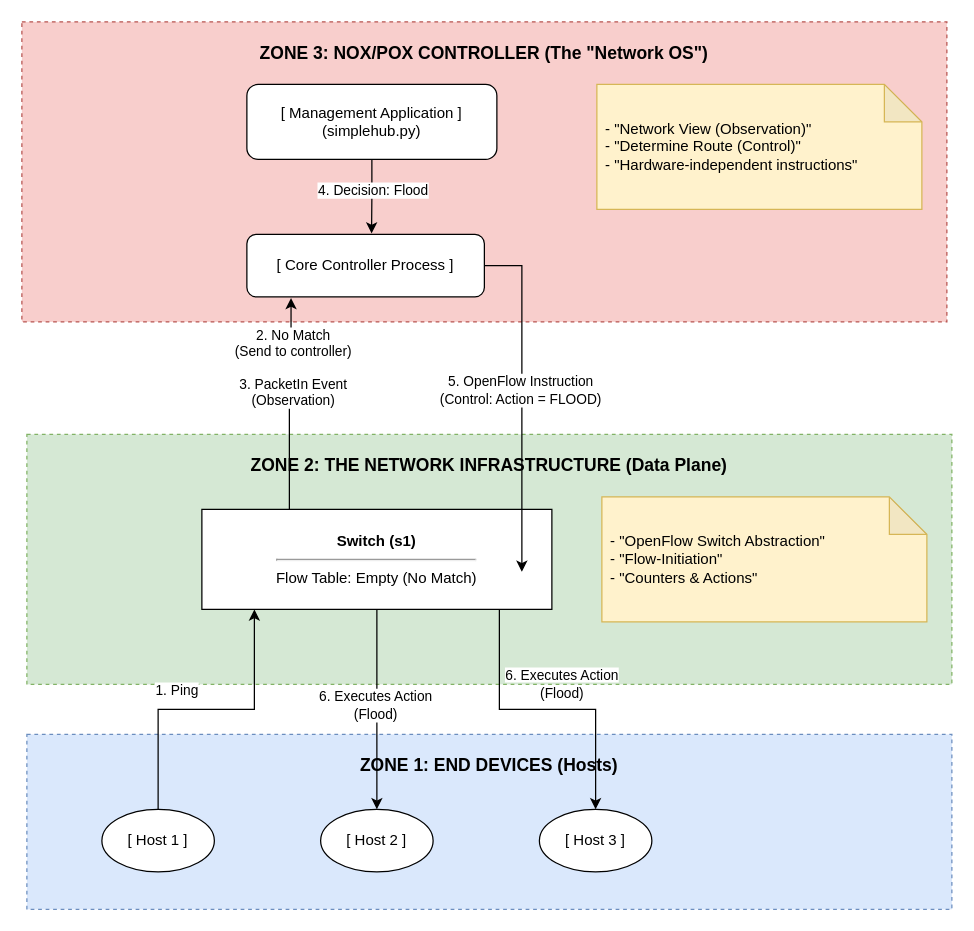
Above: diagrams/diagram3_example.drawio in ualaci/msc_mpca (draw.io), before the change. Source tidied: cells renumbered, new cells numbered last; positions are measured from the earlier drawing's top-left corner, leaving out a move shared by most shapes. Both pictures are drawn from the tidied source at 125%, with x=0, y=0 at pixel (21, 21).
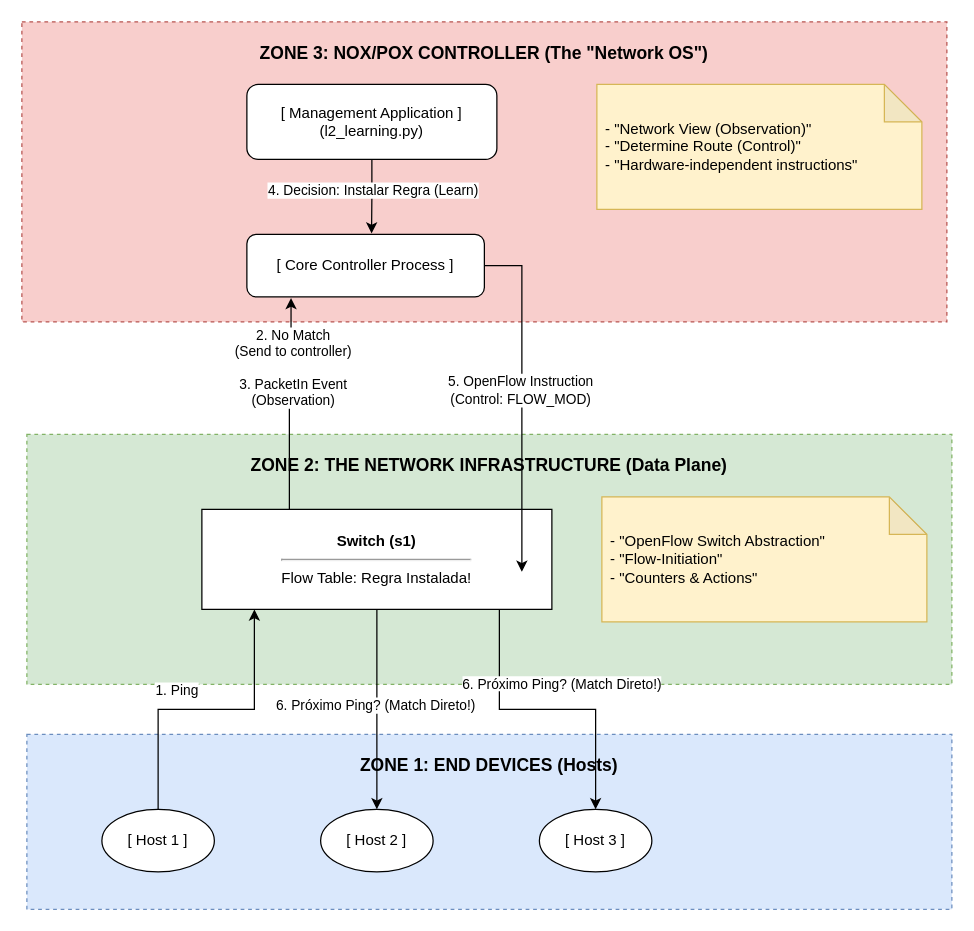
The same page after the edit.

Unchanged cells that the change refers to:
```xml
<mxCell id="12" value="[ Host 3 ]" style="ellipse;whiteSpace=wrap;html=1;fillColor=#ffffff;" parent="1" vertex="1">
  <mxGeometry x="414" y="630" width="90" height="50" as="geometry" />
</mxCell>
<mxCell id="16" style="edgeStyle=orthogonalEdgeStyle;rounded=0;jettySize=auto;html=1;entryX=0.525;entryY=-0.014;entryDx=0;entryDy=0;labelBackgroundColor=none;entryPerimeter=0;strokeColor=light-dark(#000000,#000000);" parent="1" edge="1" source="5" target="6">
  <mxGeometry x="-0.2" y="20" relative="1" as="geometry" />
</mxCell>
<mxCell id="18" style="edgeStyle=orthogonalEdgeStyle;rounded=0;jettySize=auto;html=1;entryX=0.75;entryY=0;entryDx=0;entryDy=0;labelBackgroundColor=none;exitX=1;exitY=0.5;exitDx=0;exitDy=0;strokeColor=light-dark(#000000,#000000);" parent="1" edge="1" source="6">
  <mxGeometry x="-0.1" y="55" relative="1" as="geometry">
    <mxPoint x="400" y="440" as="targetPoint" />
    <Array as="points">
      <mxPoint x="400" y="195" />
    </Array>
  </mxGeometry>
</mxCell>
<mxCell id="20" style="edgeStyle=orthogonalEdgeStyle;rounded=0;jettySize=auto;html=1;entryX=0.5;entryY=0;entryDx=0;entryDy=0;exitX=0.5;exitY=1;exitDx=0;exitDy=0;labelBackgroundColor=none;strokeColor=light-dark(#000000,#000000);" parent="1" edge="1" source="8" target="11">
  <mxGeometry relative="1" as="geometry" />
</mxCell>
```

Diff of the diagram source:
```diff
@@
-    <mxCell id="5" value="[ Management Application ]&lt;br&gt;(simplehub.py)" style="rounded=1;whiteSpace=wrap;html=1;fillColor=#ffffff;" parent="1" vertex="1">
+    <mxCell id="5" value="[ Management Application ]&lt;br&gt;(l2_learning.py)" style="rounded=1;whiteSpace=wrap;html=1;fillColor=#ffffff;" parent="1" vertex="1">
       <mxGeometry x="180" y="50" width="200" height="60" as="geometry" />
     </mxCell>
@@
-    <mxCell id="8" value="&lt;b&gt;Switch (s1)&lt;/b&gt;&lt;hr&gt;Flow Table: Empty (No Match)" style="rounded=0;whiteSpace=wrap;html=1;fillColor=#ffffff;" parent="1" vertex="1">
+    <mxCell id="8" value="&lt;b&gt;Switch (s1)&lt;/b&gt;&lt;hr&gt;Flow Table: Regra Instalada!" style="rounded=0;whiteSpace=wrap;html=1;fillColor=#ffffff;" parent="1" vertex="1">
       <mxGeometry x="144" y="390" width="280" height="80" as="geometry" />
     </mxCell>
@@
-    <mxCell id="17" value="&lt;span&gt;4. Decision: Flood&lt;/span&gt;" style="edgeLabel;html=1;align=center;verticalAlign=middle;" parent="16" vertex="1">
+    <mxCell id="17" value="&lt;span&gt;4. Decision: Instalar Regra (Learn)&lt;/span&gt;" style="edgeLabel;html=1;align=center;verticalAlign=middle;" parent="16" vertex="1">
       <mxGeometry x="-0.2" relative="1" as="geometry" />
     </mxCell>
@@
-    <mxCell id="19" value="&lt;span&gt;5. OpenFlow Instruction&lt;br&gt;(Control: Action = FLOOD)&lt;/span&gt;" style="edgeLabel;html=1;align=center;verticalAlign=middle;" parent="18" vertex="1">
+    <mxCell id="19" value="&lt;span&gt;5. OpenFlow Instruction&lt;br&gt;(Control: FLOW_MOD)&lt;/span&gt;" style="edgeLabel;html=1;align=center;verticalAlign=middle;" parent="18" vertex="1">
       <mxGeometry x="-0.06" y="-2" relative="1" as="geometry" />
     </mxCell>
@@
-    <mxCell id="21" value="&lt;span&gt;6. Executes Action&lt;br&gt;(Flood)&lt;/span&gt;" style="edgeLabel;html=1;align=center;verticalAlign=middle;" parent="20" vertex="1">
+    <mxCell id="21" value="&lt;span&gt;6. Próximo Ping? (Match Direto!)&lt;/span&gt;" style="edgeLabel;html=1;align=center;verticalAlign=middle;" parent="20" vertex="1">
       <mxGeometry x="-0.05" y="-2" relative="1" as="geometry" />
     </mxCell>
-    <mxCell id="22" value="&lt;span style=&quot;background-color: light-dark(#ffffff, var(--ge-dark-color, #121212));&quot;&gt;6. Executes Action&lt;br&gt;(Flood)&lt;/span&gt;" style="edgeStyle=orthogonalEdgeStyle;rounded=0;jettySize=auto;html=1;entryX=0.5;entryY=0;entryDx=0;entryDy=0;exitX=0.85;exitY=1;exitDx=0;exitDy=0;labelBackgroundColor=none;strokeColor=light-dark(#000000,#000000);" parent="1" edge="1" source="8" target="12">
+    <mxCell id="22" value="&lt;span style=&quot;background-color: light-dark(#ffffff, var(--ge-dark-color, #121212));&quot;&gt;6. Próximo Ping? (Match Direto!)&lt;/span&gt;" style="edgeStyle=orthogonalEdgeStyle;rounded=0;jettySize=auto;html=1;entryX=0.5;entryY=0;entryDx=0;entryDy=0;exitX=0.85;exitY=1;exitDx=0;exitDy=0;labelBackgroundColor=none;strokeColor=light-dark(#000000,#000000);" parent="1" edge="1" source="8" target="12">
       <mxGeometry x="0.1" y="20" relative="1" as="geometry" />
     </mxCell>
```
